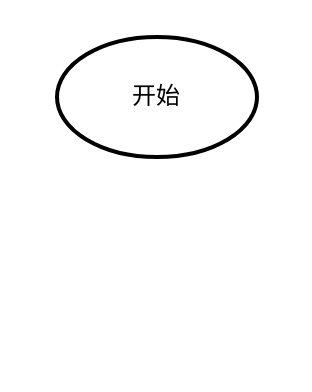
This is page "Page-1" (1 of 2) of image/金融摘抄/希腊债务危机梳理.drawio from cyclonezhao/cyclonezhaonotes, a draw.io file, before an edit. Source tidied: cells renumbered, new cells numbered last; positions are measured from the earlier drawing's top-left corner, leaving out a move shared by most shapes. Both pictures are drawn from the tidied source at 200%, with x=0, y=0 at pixel (56, 36).
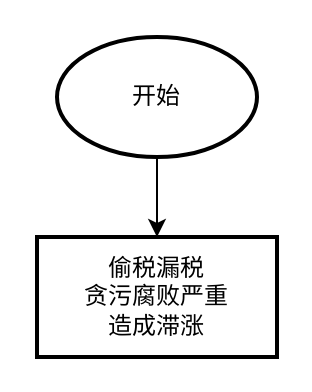
The same diagram, later.

The edit, as a diff of the source:
```diff
@@
 <mxGraphModel>
   <root>
     <mxCell id="0" />
     <mxCell id="1" parent="0" />
+    <mxCell id="3" style="edgeStyle=orthogonalEdgeStyle;rounded=0;jettySize=auto;html=1;" parent="1" edge="1" source="2" target="4">
+      <mxGeometry relative="1" as="geometry" />
+    </mxCell>
     <mxCell id="2" value="开始" style="strokeWidth=2;html=1;shape=mxgraph.flowchart.start_1;whiteSpace=wrap;" parent="1" vertex="1">
       <mxGeometry width="100" height="60" as="geometry" />
     </mxCell>
+    <mxCell id="4" value="偷税漏税&lt;br&gt;贪污腐败严重&lt;br&gt;造成滞涨" style="whiteSpace=wrap;html=1;strokeWidth=2;" parent="1" vertex="1">
+      <mxGeometry x="-10" y="100" width="120" height="60" as="geometry" />
+    </mxCell>
   </root>
 </mxGraphModel>
```
